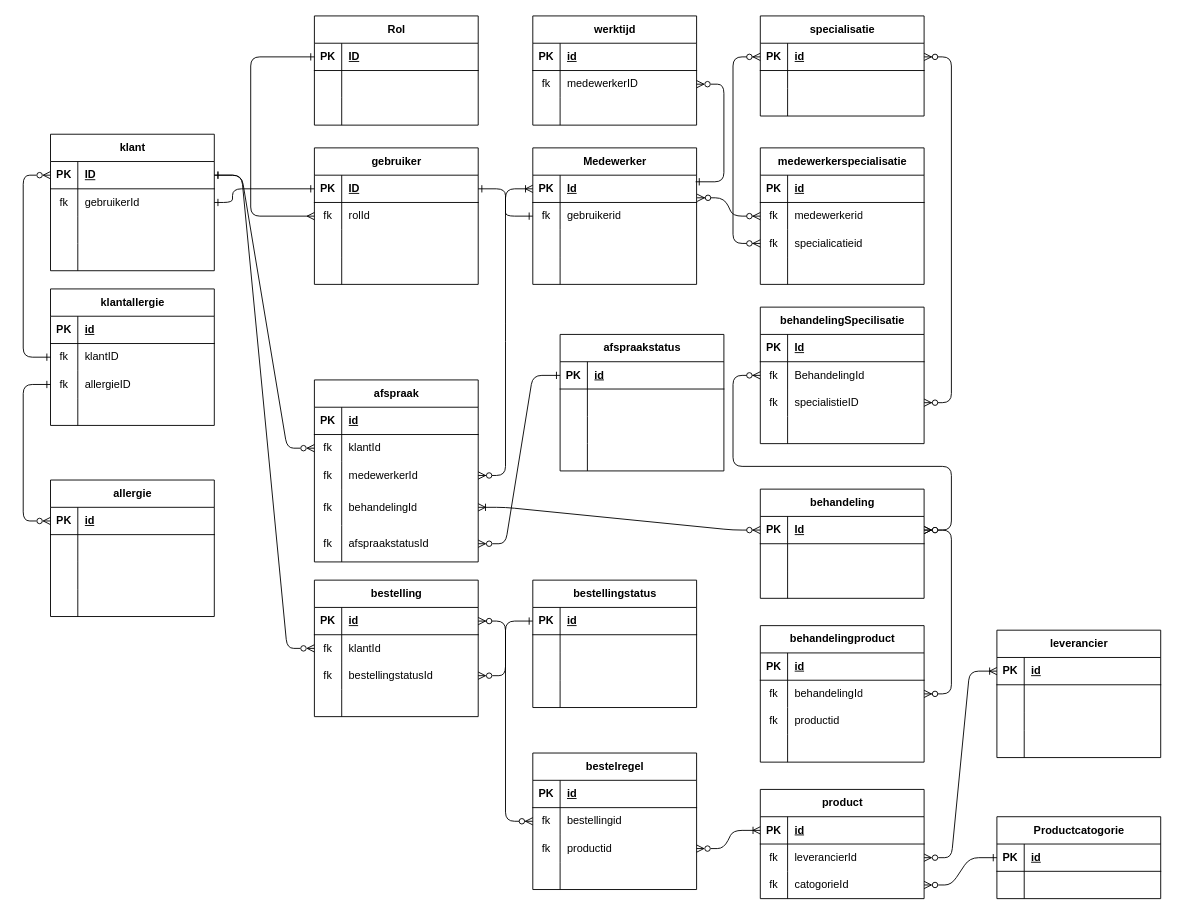
Earlier version of the draw.io diagram docs/Erd.drawio (seppanhuis/kniploket). Source tidied: cells renumbered, new cells numbered last; positions are measured from the earlier drawing's top-left corner, leaving out a move shared by most shapes. Both pictures are drawn from the tidied source at 91%, with x=0, y=0 at pixel (23, 15).
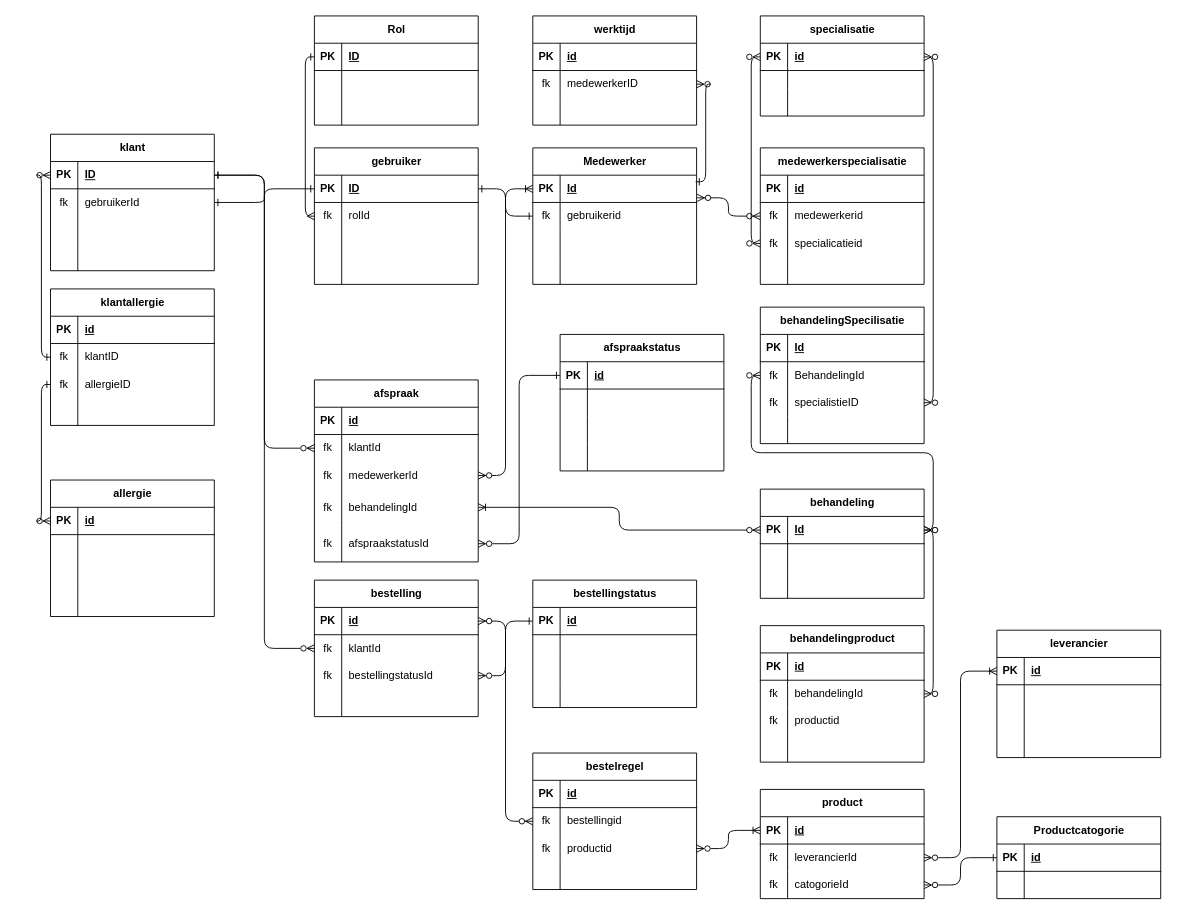
The same diagram, later.

Commit message (it also covers changes not shown here):
erd van Ozer gemaakt

The change refers to these unchanged cells:
```xml
<mxCell id="3" style="shape=tableRow;horizontal=0;startSize=0;swimlaneHead=0;swimlaneBody=0;fillColor=none;points=[[0,0.5],[1,0.5]];portConstraint=eastwest;top=0;left=0;right=0;bottom=1;" parent="2" vertex="1">
<mxCell id="13" style="shape=tableRow;horizontal=0;startSize=0;swimlaneHead=0;swimlaneBody=0;fillColor=none;points=[[0,0.5],[1,0.5]];portConstraint=eastwest;top=0;left=0;right=0;bottom=1;" parent="12" vertex="1">
<mxCell id="16" style="shape=tableRow;horizontal=0;startSize=0;swimlaneHead=0;swimlaneBody=0;fillColor=none;points=[[0,0.5],[1,0.5]];portConstraint=eastwest;top=0;left=0;right=0;bottom=0;" parent="12" vertex="1">
<mxCell id="26" style="shape=tableRow;horizontal=0;startSize=0;swimlaneHead=0;swimlaneBody=0;fillColor=none;points=[[0,0.5],[1,0.5]];portConstraint=eastwest;top=0;left=0;right=0;bottom=1;" parent="25" vertex="1">
<mxCell id="29" style="shape=tableRow;horizontal=0;startSize=0;swimlaneHead=0;swimlaneBody=0;fillColor=none;points=[[0,0.5],[1,0.5]];portConstraint=eastwest;top=0;left=0;right=0;bottom=0;" parent="25" vertex="1">
<mxCell id="39" style="shape=tableRow;horizontal=0;startSize=0;swimlaneHead=0;swimlaneBody=0;fillColor=none;points=[[0,0.5],[1,0.5]];portConstraint=eastwest;top=0;left=0;right=0;bottom=1;" parent="38" vertex="1">
<mxCell id="42" style="shape=tableRow;horizontal=0;startSize=0;swimlaneHead=0;swimlaneBody=0;fillColor=none;points=[[0,0.5],[1,0.5]];portConstraint=eastwest;top=0;left=0;right=0;bottom=0;" parent="38" vertex="1">
<mxCell id="52" style="shape=tableRow;horizontal=0;startSize=0;swimlaneHead=0;swimlaneBody=0;fillColor=none;points=[[0,0.5],[1,0.5]];portConstraint=eastwest;top=0;left=0;right=0;bottom=1;" parent="51" vertex="1">
<mxCell id="68" style="shape=tableRow;horizontal=0;startSize=0;swimlaneHead=0;swimlaneBody=0;fillColor=none;points=[[0,0.5],[1,0.5]];portConstraint=eastwest;top=0;left=0;right=0;bottom=0;" parent="64" vertex="1">
<mxCell id="71" style="shape=tableRow;horizontal=0;startSize=0;swimlaneHead=0;swimlaneBody=0;fillColor=none;points=[[0,0.5],[1,0.5]];portConstraint=eastwest;top=0;left=0;right=0;bottom=0;" parent="64" vertex="1">
<mxCell id="81" style="shape=tableRow;horizontal=0;startSize=0;swimlaneHead=0;swimlaneBody=0;fillColor=none;points=[[0,0.5],[1,0.5]];portConstraint=eastwest;top=0;left=0;right=0;bottom=0;" parent="77" vertex="1">
<mxCell id="88" style="shape=tableRow;horizontal=0;startSize=0;swimlaneHead=0;swimlaneBody=0;fillColor=none;points=[[0,0.5],[1,0.5]];portConstraint=eastwest;top=0;left=0;right=0;bottom=1;" parent="87" vertex="1">
<mxCell id="98" style="shape=tableRow;horizontal=0;startSize=0;swimlaneHead=0;swimlaneBody=0;fillColor=none;points=[[0,0.5],[1,0.5]];portConstraint=eastwest;top=0;left=0;right=0;bottom=1;" parent="97" vertex="1">
<mxCell id="111" style="shape=tableRow;horizontal=0;startSize=0;swimlaneHead=0;swimlaneBody=0;fillColor=none;points=[[0,0.5],[1,0.5]];portConstraint=eastwest;top=0;left=0;right=0;bottom=0;" parent="107" vertex="1">
<mxCell id="114" style="shape=tableRow;horizontal=0;startSize=0;swimlaneHead=0;swimlaneBody=0;fillColor=none;points=[[0,0.5],[1,0.5]];portConstraint=eastwest;top=0;left=0;right=0;bottom=0;" parent="107" vertex="1">
<mxCell id="121" style="shape=tableRow;horizontal=0;startSize=0;swimlaneHead=0;swimlaneBody=0;fillColor=none;points=[[0,0.5],[1,0.5]];portConstraint=eastwest;top=0;left=0;right=0;bottom=1;" parent="120" vertex="1">
<mxCell id="134" style="shape=tableRow;horizontal=0;startSize=0;swimlaneHead=0;swimlaneBody=0;fillColor=none;points=[[0,0.5],[1,0.5]];portConstraint=eastwest;top=0;left=0;right=0;bottom=1;" parent="133" vertex="1">
<mxCell id="141" style="shape=tableRow;horizontal=0;startSize=0;swimlaneHead=0;swimlaneBody=0;fillColor=none;points=[[0,0.5],[1,0.5]];portConstraint=eastwest;top=0;left=0;right=0;bottom=1;" parent="140" vertex="1">
<mxCell id="144" style="shape=tableRow;horizontal=0;startSize=0;swimlaneHead=0;swimlaneBody=0;fillColor=none;points=[[0,0.5],[1,0.5]];portConstraint=eastwest;top=0;left=0;right=0;bottom=0;" parent="140" vertex="1">
<mxCell id="147" style="shape=tableRow;horizontal=0;startSize=0;swimlaneHead=0;swimlaneBody=0;fillColor=none;points=[[0,0.5],[1,0.5]];portConstraint=eastwest;top=0;left=0;right=0;bottom=0;" parent="140" vertex="1">
<mxCell id="154" style="shape=tableRow;horizontal=0;startSize=0;swimlaneHead=0;swimlaneBody=0;fillColor=none;points=[[0,0.5],[1,0.5]];portConstraint=eastwest;top=0;left=0;right=0;bottom=0;" parent="150" vertex="1">
<mxCell id="167" style="shape=tableRow;horizontal=0;startSize=0;swimlaneHead=0;swimlaneBody=0;fillColor=none;points=[[0,0.5],[1,0.5]];portConstraint=eastwest;top=0;left=0;right=0;bottom=0;" parent="163" vertex="1">
<mxCell id="170" style="shape=tableRow;horizontal=0;startSize=0;swimlaneHead=0;swimlaneBody=0;fillColor=none;points=[[0,0.5],[1,0.5]];portConstraint=eastwest;top=0;left=0;right=0;bottom=0;" parent="163" vertex="1">
<mxCell id="177" style="shape=tableRow;horizontal=0;startSize=0;swimlaneHead=0;swimlaneBody=0;fillColor=none;points=[[0,0.5],[1,0.5]];portConstraint=eastwest;top=0;left=0;right=0;bottom=1;" parent="176" vertex="1">
<mxCell id="190" style="shape=tableRow;horizontal=0;startSize=0;swimlaneHead=0;swimlaneBody=0;fillColor=none;points=[[0,0.5],[1,0.5]];portConstraint=eastwest;top=0;left=0;right=0;bottom=1;" parent="189" vertex="1">
<mxCell id="206" style="shape=tableRow;horizontal=0;startSize=0;swimlaneHead=0;swimlaneBody=0;fillColor=none;points=[[0,0.5],[1,0.5]];portConstraint=eastwest;top=0;left=0;right=0;bottom=0;" parent="202" vertex="1">
<mxCell id="209" style="shape=tableRow;horizontal=0;startSize=0;swimlaneHead=0;swimlaneBody=0;fillColor=none;points=[[0,0.5],[1,0.5]];portConstraint=eastwest;top=0;left=0;right=0;bottom=0;" parent="202" vertex="1">
<mxCell id="212" style="shape=tableRow;horizontal=0;startSize=0;swimlaneHead=0;swimlaneBody=0;fillColor=none;points=[[0,0.5],[1,0.5]];portConstraint=eastwest;top=0;left=0;right=0;bottom=0;" parent="202" vertex="1">
<mxCell id="215" style="shape=tableRow;horizontal=0;startSize=0;swimlaneHead=0;swimlaneBody=0;fillColor=none;points=[[0,0.5],[1,0.5]];portConstraint=eastwest;top=0;left=0;right=0;bottom=0;" parent="202" vertex="1">
<mxCell id="219" style="shape=tableRow;horizontal=0;startSize=0;swimlaneHead=0;swimlaneBody=0;fillColor=none;points=[[0,0.5],[1,0.5]];portConstraint=eastwest;top=0;left=0;right=0;bottom=1;" parent="218" vertex="1">
<mxCell id="222" style="shape=tableRow;horizontal=0;startSize=0;swimlaneHead=0;swimlaneBody=0;fillColor=none;points=[[0,0.5],[1,0.5]];portConstraint=eastwest;top=0;left=0;right=0;bottom=0;" parent="218" vertex="1">
<mxCell id="225" style="shape=tableRow;horizontal=0;startSize=0;swimlaneHead=0;swimlaneBody=0;fillColor=none;points=[[0,0.5],[1,0.5]];portConstraint=eastwest;top=0;left=0;right=0;bottom=0;" parent="218" vertex="1">
<mxCell id="241" style="shape=tableRow;horizontal=0;startSize=0;swimlaneHead=0;swimlaneBody=0;fillColor=none;points=[[0,0.5],[1,0.5]];portConstraint=eastwest;top=0;left=0;right=0;bottom=0;" parent="237" vertex="1">
<mxCell id="244" style="shape=tableRow;horizontal=0;startSize=0;swimlaneHead=0;swimlaneBody=0;fillColor=none;points=[[0,0.5],[1,0.5]];portConstraint=eastwest;top=0;left=0;right=0;bottom=0;" parent="237" vertex="1">
```

Change to the diagram source:
```diff
@@
     <mxCell id="231" style="edgeStyle=orthogonalEdgeStyle;fontSize=12;html=1;endArrow=ERone;exitX=0;exitY=0.5;exitDx=0;exitDy=0;endFill=0;startArrow=ERmany;startFill=0;entryX=0;entryY=0.5;entryDx=0;entryDy=0;" parent="1" edge="1" source="29" target="3">
-      <mxGeometry relative="1" as="geometry">
-        <Array as="points">
-          <mxPoint x="250" y="220" />
-          <mxPoint x="250" y="45" />
-        </Array>
-      </mxGeometry>
+      <mxGeometry relative="1" as="geometry" />
     </mxCell>
     <mxCell id="232" style="edgeStyle=orthogonalEdgeStyle;fontSize=12;html=1;endArrow=ERone;entryX=1;entryY=0.5;entryDx=0;entryDy=0;endFill=0;startArrow=ERone;startFill=0;exitX=0;exitY=0.5;exitDx=0;exitDy=0;" parent="1" edge="1" source="26" target="16">
-      <mxGeometry relative="1" as="geometry">
-        <Array as="points">
-          <mxPoint x="230" y="190" />
-          <mxPoint x="230" y="205" />
-        </Array>
-      </mxGeometry>
+      <mxGeometry relative="1" as="geometry" />
     </mxCell>
-    <mxCell id="233" style="edgeStyle=entityRelationEdgeStyle;fontSize=12;html=1;endArrow=ERone;endFill=1;entryX=0;entryY=0.5;entryDx=0;entryDy=0;exitX=1;exitY=0.5;exitDx=0;exitDy=0;startArrow=ERone;startFill=0;" parent="1" edge="1" source="26" target="42">
+    <mxCell id="233" style="edgeStyle=orthogonalEdgeStyle;fontSize=12;html=1;endArrow=ERone;endFill=1;entryX=0;entryY=0.5;entryDx=0;entryDy=0;exitX=1;exitY=0.5;exitDx=0;exitDy=0;startArrow=ERone;startFill=0;" parent="1" edge="1" source="26" target="42">
       <mxGeometry relative="1" as="geometry" />
     </mxCell>
     <mxCell id="234" style="edgeStyle=orthogonalEdgeStyle;fontSize=12;html=1;endArrow=ERzeroToMany;endFill=0;entryX=0;entryY=0.5;entryDx=0;entryDy=0;startArrow=ERone;startFill=0;" parent="1" edge="1" source="68" target="13">
-      <mxGeometry relative="1" as="geometry">
-        <Array as="points">
-          <mxPoint y="375" />
-          <mxPoint y="175" />
-        </Array>
-      </mxGeometry>
+      <mxGeometry relative="1" as="geometry" />
     </mxCell>
     <mxCell id="235" style="edgeStyle=orthogonalEdgeStyle;fontSize=12;html=1;endArrow=ERone;endFill=1;entryX=0;entryY=0.5;entryDx=0;entryDy=0;exitX=0;exitY=0.5;exitDx=0;exitDy=0;startArrow=ERzeroToMany;startFill=0;" parent="1" edge="1" source="52" target="71">
-      <mxGeometry relative="1" as="geometry">
-        <Array as="points">
-          <mxPoint y="555" />
-          <mxPoint y="405" />
-        </Array>
-      </mxGeometry>
+      <mxGeometry relative="1" as="geometry" />
     </mxCell>
     <mxCell id="236" style="edgeStyle=orthogonalEdgeStyle;fontSize=12;html=1;endArrow=ERone;endFill=1;entryX=0.994;entryY=0.242;entryDx=0;entryDy=0;exitX=1;exitY=0.5;exitDx=0;exitDy=0;startArrow=ERzeroToMany;startFill=0;entryPerimeter=0;" parent="1" edge="1" source="81" target="39">
-      <mxGeometry relative="1" as="geometry">
-        <Array as="points">
-          <mxPoint x="770" y="75" />
-          <mxPoint x="770" y="182" />
-        </Array>
-      </mxGeometry>
+      <mxGeometry relative="1" as="geometry" />
     </mxCell>
@@
-    <mxCell id="250" style="edgeStyle=entityRelationEdgeStyle;fontSize=12;html=1;endArrow=ERzeroToMany;endFill=1;startArrow=ERzeroToMany;entryX=0;entryY=0.5;entryDx=0;entryDy=0;exitX=1.003;exitY=0.829;exitDx=0;exitDy=0;exitPerimeter=0;" parent="1" edge="1" source="39" target="241">
-      <mxGeometry relative="1" as="geometry">
-        <Array as="points">
-          <mxPoint x="750" y="200" />
-        </Array>
-      </mxGeometry>
+    <mxCell id="250" style="edgeStyle=orthogonalEdgeStyle;fontSize=12;html=1;endArrow=ERzeroToMany;endFill=1;startArrow=ERzeroToMany;entryX=0;entryY=0.5;entryDx=0;entryDy=0;exitX=1.003;exitY=0.829;exitDx=0;exitDy=0;exitPerimeter=0;" parent="1" edge="1" source="39" target="241">
+      <mxGeometry relative="1" as="geometry" />
     </mxCell>
     <mxCell id="251" style="edgeStyle=orthogonalEdgeStyle;fontSize=12;html=1;endArrow=ERzeroToMany;endFill=1;startArrow=ERzeroToMany;exitX=0;exitY=0.5;exitDx=0;exitDy=0;entryX=0;entryY=0.5;entryDx=0;entryDy=0;" parent="1" edge="1" source="244" target="88">
-      <mxGeometry relative="1" as="geometry">
-        <Array as="points">
-          <mxPoint x="780" y="250" />
-          <mxPoint x="780" y="45" />
-        </Array>
-      </mxGeometry>
+      <mxGeometry relative="1" as="geometry" />
     </mxCell>
-    <mxCell id="252" style="edgeStyle=entityRelationEdgeStyle;fontSize=12;html=1;endArrow=ERzeroToMany;endFill=1;startArrow=ERzeroToMany;entryX=1;entryY=0.5;entryDx=0;entryDy=0;exitX=1;exitY=0.5;exitDx=0;exitDy=0;" parent="1" edge="1" source="114" target="88">
+    <mxCell id="252" style="edgeStyle=orthogonalEdgeStyle;fontSize=12;html=1;endArrow=ERzeroToMany;endFill=1;startArrow=ERzeroToMany;entryX=1;entryY=0.5;entryDx=0;entryDy=0;exitX=1;exitY=0.5;exitDx=0;exitDy=0;" parent="1" edge="1" source="114" target="88">
       <mxGeometry relative="1" as="geometry" />
     </mxCell>
     <mxCell id="253" style="edgeStyle=orthogonalEdgeStyle;fontSize=12;html=1;endArrow=ERzeroToMany;endFill=1;startArrow=ERzeroToMany;exitX=1;exitY=0.5;exitDx=0;exitDy=0;entryX=0;entryY=0.5;entryDx=0;entryDy=0;" parent="1" edge="1" source="98" target="111">
-      <mxGeometry relative="1" as="geometry">
-        <Array as="points">
-          <mxPoint x="1020" y="565" />
-          <mxPoint x="1020" y="495" />
-          <mxPoint x="780" y="495" />
-          <mxPoint x="780" y="395" />
-        </Array>
-      </mxGeometry>
+      <mxGeometry relative="1" as="geometry" />
     </mxCell>
-    <mxCell id="254" style="edgeStyle=entityRelationEdgeStyle;fontSize=12;html=1;endArrow=ERoneToMany;startArrow=ERzeroToMany;exitX=0;exitY=0.5;exitDx=0;exitDy=0;" parent="1" edge="1" source="98" target="212">
+    <mxCell id="254" style="edgeStyle=orthogonalEdgeStyle;fontSize=12;html=1;endArrow=ERoneToMany;startArrow=ERzeroToMany;exitX=0;exitY=0.5;exitDx=0;exitDy=0;" parent="1" edge="1" source="98" target="212">
       <mxGeometry relative="1" as="geometry" />
     </mxCell>
-    <mxCell id="255" style="edgeStyle=entityRelationEdgeStyle;fontSize=12;html=1;endArrow=ERone;endFill=0;entryX=1;entryY=0.5;entryDx=0;entryDy=0;exitX=0;exitY=0.5;exitDx=0;exitDy=0;startArrow=ERzeroToMany;startFill=0;" parent="1" edge="1" source="206" target="13">
+    <mxCell id="255" style="edgeStyle=orthogonalEdgeStyle;fontSize=12;html=1;endArrow=ERone;endFill=0;entryX=1;entryY=0.5;entryDx=0;entryDy=0;exitX=0;exitY=0.5;exitDx=0;exitDy=0;startArrow=ERzeroToMany;startFill=0;" parent="1" edge="1" source="206" target="13">
       <mxGeometry relative="1" as="geometry" />
     </mxCell>
-    <mxCell id="256" style="edgeStyle=entityRelationEdgeStyle;fontSize=12;html=1;endArrow=ERoneToMany;endFill=0;startArrow=ERzeroToMany;exitX=1;exitY=0.5;exitDx=0;exitDy=0;entryX=0;entryY=0.5;entryDx=0;entryDy=0;" parent="1" edge="1" source="209" target="39">
+    <mxCell id="256" style="edgeStyle=orthogonalEdgeStyle;fontSize=12;html=1;endArrow=ERoneToMany;endFill=0;startArrow=ERzeroToMany;exitX=1;exitY=0.5;exitDx=0;exitDy=0;entryX=0;entryY=0.5;entryDx=0;entryDy=0;" parent="1" edge="1" source="209" target="39">
       <mxGeometry relative="1" as="geometry" />
     </mxCell>
-    <mxCell id="257" style="edgeStyle=entityRelationEdgeStyle;fontSize=12;html=1;endArrow=ERzeroToMany;startArrow=ERone;exitX=0;exitY=0.5;exitDx=0;exitDy=0;entryX=1;entryY=0.5;entryDx=0;entryDy=0;startFill=0;endFill=0;" parent="1" edge="1" source="177" target="215">
+    <mxCell id="257" style="edgeStyle=orthogonalEdgeStyle;fontSize=12;html=1;endArrow=ERzeroToMany;startArrow=ERone;exitX=0;exitY=0.5;exitDx=0;exitDy=0;entryX=1;entryY=0.5;entryDx=0;entryDy=0;startFill=0;endFill=0;" parent="1" edge="1" source="177" target="215">
       <mxGeometry relative="1" as="geometry" />
     </mxCell>
-    <mxCell id="258" style="edgeStyle=entityRelationEdgeStyle;fontSize=12;html=1;endArrow=ERone;endFill=0;exitX=0;exitY=0.5;exitDx=0;exitDy=0;startArrow=ERzeroToMany;startFill=0;entryX=1;entryY=0.5;entryDx=0;entryDy=0;" parent="1" edge="1" source="222" target="13">
+    <mxCell id="258" style="edgeStyle=orthogonalEdgeStyle;fontSize=12;html=1;endArrow=ERone;endFill=0;exitX=0;exitY=0.5;exitDx=0;exitDy=0;startArrow=ERzeroToMany;startFill=0;entryX=1;entryY=0.5;entryDx=0;entryDy=0;" parent="1" edge="1" source="222" target="13">
       <mxGeometry relative="1" as="geometry" />
     </mxCell>
-    <mxCell id="259" style="edgeStyle=entityRelationEdgeStyle;fontSize=12;html=1;endArrow=ERzeroToMany;startArrow=ERone;exitX=0;exitY=0.5;exitDx=0;exitDy=0;startFill=0;endFill=0;" parent="1" edge="1" source="190" target="225">
+    <mxCell id="259" style="edgeStyle=orthogonalEdgeStyle;fontSize=12;html=1;endArrow=ERzeroToMany;startArrow=ERone;exitX=0;exitY=0.5;exitDx=0;exitDy=0;startFill=0;endFill=0;" parent="1" edge="1" source="190" target="225">
       <mxGeometry relative="1" as="geometry" />
     </mxCell>
-    <mxCell id="260" style="edgeStyle=entityRelationEdgeStyle;fontSize=12;html=1;endArrow=ERzeroToMany;endFill=1;startArrow=ERzeroToMany;exitX=1;exitY=0.5;exitDx=0;exitDy=0;entryX=1;entryY=0.5;entryDx=0;entryDy=0;" parent="1" edge="1" source="154" target="98">
+    <mxCell id="260" style="edgeStyle=orthogonalEdgeStyle;fontSize=12;html=1;endArrow=ERzeroToMany;endFill=1;startArrow=ERzeroToMany;exitX=1;exitY=0.5;exitDx=0;exitDy=0;entryX=1;entryY=0.5;entryDx=0;entryDy=0;" parent="1" edge="1" source="154" target="98">
       <mxGeometry relative="1" as="geometry" />
     </mxCell>
-    <mxCell id="261" style="edgeStyle=entityRelationEdgeStyle;fontSize=12;html=1;endArrow=ERzeroToMany;endFill=1;startArrow=ERzeroToMany;exitX=0;exitY=0.5;exitDx=0;exitDy=0;entryX=1;entryY=0.5;entryDx=0;entryDy=0;" parent="1" edge="1" source="167" target="219">
+    <mxCell id="261" style="edgeStyle=orthogonalEdgeStyle;fontSize=12;html=1;endArrow=ERzeroToMany;endFill=1;startArrow=ERzeroToMany;exitX=0;exitY=0.5;exitDx=0;exitDy=0;entryX=1;entryY=0.5;entryDx=0;entryDy=0;" parent="1" edge="1" source="167" target="219">
       <mxGeometry relative="1" as="geometry" />
     </mxCell>
-    <mxCell id="262" style="edgeStyle=entityRelationEdgeStyle;fontSize=12;html=1;endArrow=ERoneToMany;startArrow=ERzeroToMany;entryX=0;entryY=0.5;entryDx=0;entryDy=0;exitX=1;exitY=0.5;exitDx=0;exitDy=0;startFill=0;" parent="1" edge="1" source="170" target="141">
+    <mxCell id="262" style="edgeStyle=orthogonalEdgeStyle;fontSize=12;html=1;endArrow=ERoneToMany;startArrow=ERzeroToMany;entryX=0;entryY=0.5;entryDx=0;entryDy=0;exitX=1;exitY=0.5;exitDx=0;exitDy=0;startFill=0;" parent="1" edge="1" source="170" target="141">
       <mxGeometry relative="1" as="geometry" />
     </mxCell>
-    <mxCell id="263" style="edgeStyle=entityRelationEdgeStyle;fontSize=12;html=1;endArrow=ERzeroToMany;startArrow=ERone;exitX=0;exitY=0.5;exitDx=0;exitDy=0;startFill=0;endFill=0;" parent="1" edge="1" source="134" target="147">
+    <mxCell id="263" style="edgeStyle=orthogonalEdgeStyle;fontSize=12;html=1;endArrow=ERzeroToMany;startArrow=ERone;exitX=0;exitY=0.5;exitDx=0;exitDy=0;startFill=0;endFill=0;" parent="1" edge="1" source="134" target="147">
       <mxGeometry relative="1" as="geometry" />
     </mxCell>
-    <mxCell id="264" style="edgeStyle=entityRelationEdgeStyle;fontSize=12;html=1;endArrow=ERoneToMany;endFill=0;entryX=0;entryY=0.5;entryDx=0;entryDy=0;exitX=1;exitY=0.5;exitDx=0;exitDy=0;startArrow=ERzeroToMany;startFill=0;" parent="1" edge="1" source="144" target="121">
+    <mxCell id="264" style="edgeStyle=orthogonalEdgeStyle;fontSize=12;html=1;endArrow=ERoneToMany;endFill=0;entryX=0;entryY=0.5;entryDx=0;entryDy=0;exitX=1;exitY=0.5;exitDx=0;exitDy=0;startArrow=ERzeroToMany;startFill=0;" parent="1" edge="1" source="144" target="121">
       <mxGeometry relative="1" as="geometry" />
     </mxCell>
```
